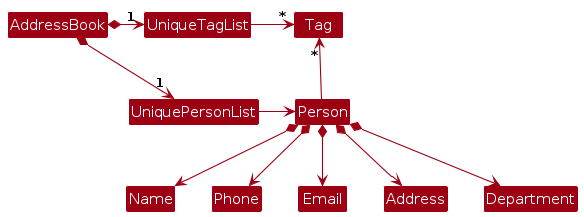
AY2324S2-CS2103T-T14-1/tp keeps this PlantUML diagram as diagrams/BetterModelClassDiagram.png. Above is the earlier version. Its source is kept beside it as diagrams/BetterModelClassDiagram.puml. Its diagram source:
```plantuml
@startuml
!include style.puml
skinparam arrowThickness 1.1
skinparam arrowColor MODEL_COLOR
skinparam classBackgroundColor MODEL_COLOR

AddressBook *-right-> "1" UniquePersonList
AddressBook *-right-> "1" UniqueTagList
UniqueTagList -[hidden]down- UniquePersonList
UniqueTagList -[hidden]down- UniquePersonList

UniqueTagList -right-> "*" Tag
UniquePersonList -right-> Person

Person -up-> "*" Tag

Person *--> Name
Person *--> Phone
Person *--> Email
Person *--> Address
Person *--> Department
@enduml
```
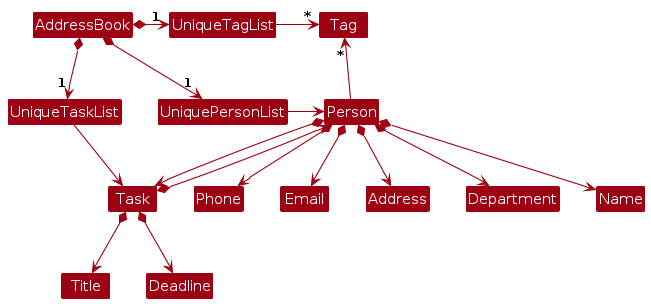
The same diagram one commit later.

Diff of the diagram source:
```diff
@@ -6,11 +6,13 @@
 
 AddressBook *-right-> "1" UniquePersonList
 AddressBook *-right-> "1" UniqueTagList
+AddressBook *--> "1" UniqueTaskList
 UniqueTagList -[hidden]down- UniquePersonList
 UniqueTagList -[hidden]down- UniquePersonList
 
 UniqueTagList -right-> "*" Tag
 UniquePersonList -right-> Person
+UniqueTaskList --> Task
 
 Person -up-> "*" Tag
 
@@ -19,4 +21,9 @@
 Person *--> Email
 Person *--> Address
 Person *--> Department
+Person *--> Task
+
+Task *--> Title
+Task *--> Deadline
+Task *--> Person
 @enduml
```
